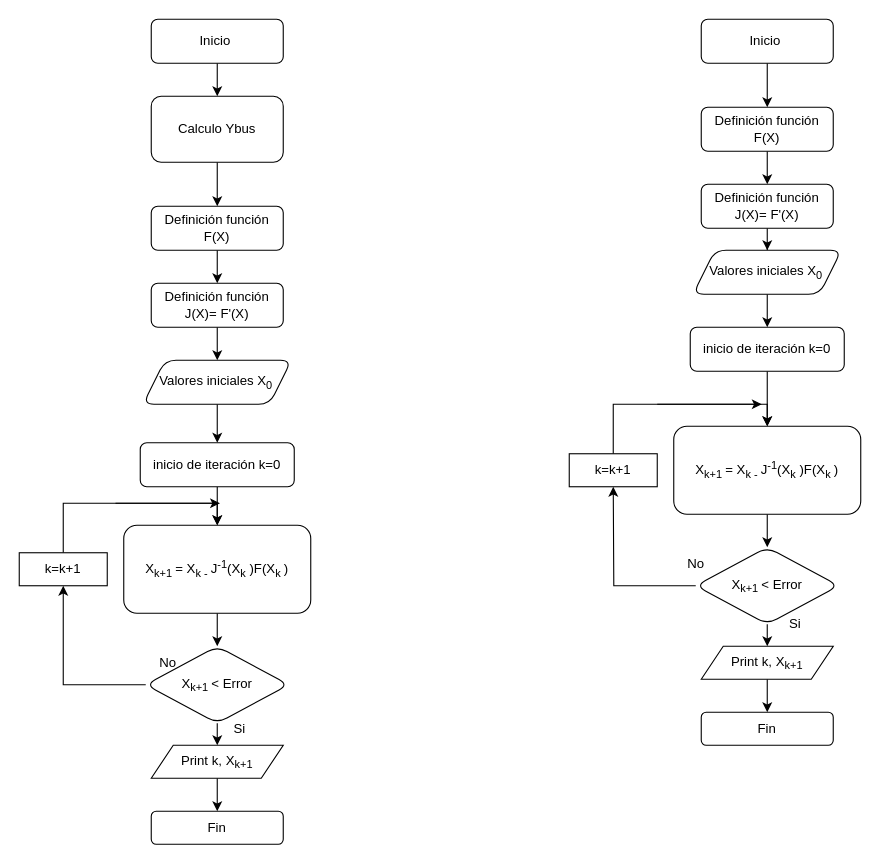
The draw.io diagram Tarea 2/Diagrama de flujo .drawio in ALANRODRIGUEZA/G4A_SEP1-A_S12024, before the edit. Source tidied: cells renumbered, new cells numbered last; positions are measured from the earlier drawing's top-left corner, leaving out a move shared by most shapes. Both pictures are drawn from the tidied source at 110%, with x=0, y=0 at pixel (19, 19).
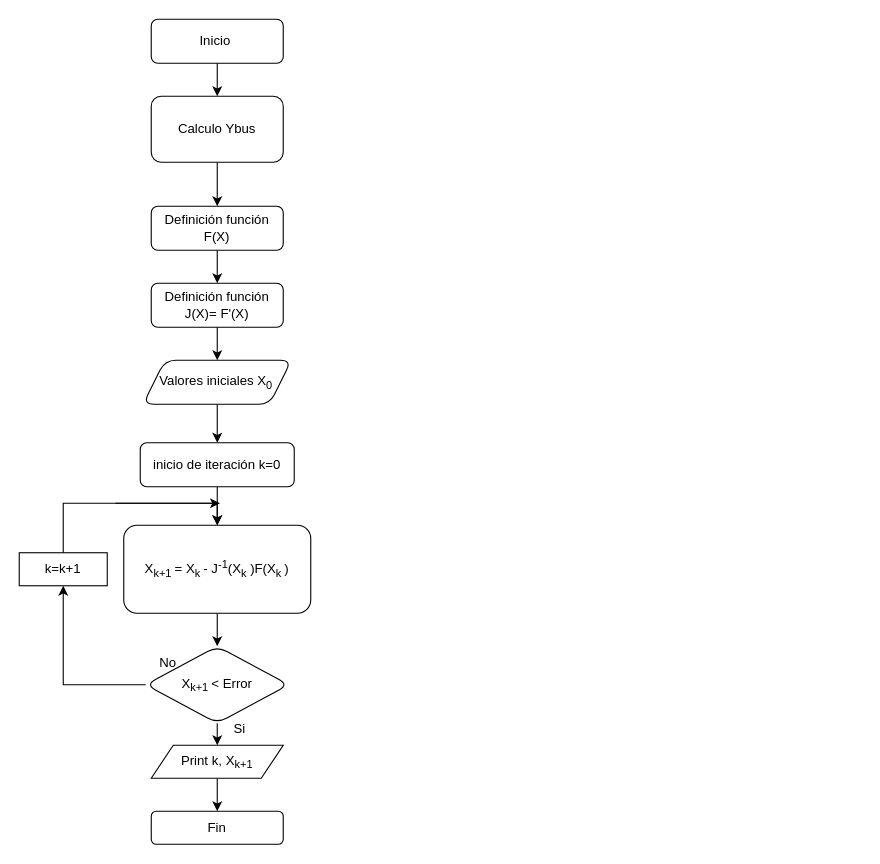
The same page after the edit.

Change to the diagram source:
```diff
@@
-    <mxCell id="6" style="edgeStyle=orthogonalEdgeStyle;rounded=0;jettySize=auto;html=1;" parent="1" edge="1" source="7" target="9">
-      <mxGeometry relative="1" as="geometry" />
-    </mxCell>
-    <mxCell id="7" value="Inicio&amp;nbsp;" style="rounded=1;whiteSpace=wrap;html=1;fontSize=12;glass=0;strokeWidth=1;shadow=0;" parent="1" vertex="1">
-      <mxGeometry x="620" width="120" height="40" as="geometry" />
-    </mxCell>
-    <mxCell id="8" style="edgeStyle=orthogonalEdgeStyle;rounded=0;jettySize=auto;html=1;" parent="1" edge="1" source="9" target="11">
-      <mxGeometry relative="1" as="geometry" />
-    </mxCell>
-    <mxCell id="9" value="Definición función F(X)" style="rounded=1;whiteSpace=wrap;html=1;fontSize=12;glass=0;strokeWidth=1;shadow=0;" parent="1" vertex="1">
-      <mxGeometry x="620" y="80" width="120" height="40" as="geometry" />
-    </mxCell>
-    <mxCell id="10" style="edgeStyle=orthogonalEdgeStyle;rounded=0;jettySize=auto;html=1;" parent="1" edge="1" source="11" target="13">
-      <mxGeometry relative="1" as="geometry" />
-    </mxCell>
-    <mxCell id="11" value="Definición función J(X)= F'(X)" style="whiteSpace=wrap;html=1;rounded=1;glass=0;strokeWidth=1;shadow=0;" parent="1" vertex="1">
-      <mxGeometry x="620" y="150" width="120" height="40" as="geometry" />
-    </mxCell>
-    <mxCell id="12" style="edgeStyle=orthogonalEdgeStyle;rounded=0;jettySize=auto;html=1;" parent="1" edge="1" source="13" target="15">
-      <mxGeometry relative="1" as="geometry" />
-    </mxCell>
-    <mxCell id="13" value="Valores iniciales X&lt;sub&gt;0&amp;nbsp;&lt;/sub&gt;" style="shape=parallelogram;perimeter=parallelogramPerimeter;whiteSpace=wrap;html=1;fixedSize=1;rounded=1;glass=0;strokeWidth=1;shadow=0;align=center;" parent="1" vertex="1">
-      <mxGeometry x="612.5" y="210" width="135" height="40" as="geometry" />
-    </mxCell>
-    <mxCell id="14" style="edgeStyle=orthogonalEdgeStyle;rounded=0;jettySize=auto;html=1;exitX=0.5;exitY=1;exitDx=0;exitDy=0;entryX=0.5;entryY=0;entryDx=0;entryDy=0;" parent="1" edge="1" source="15" target="17">
-      <mxGeometry relative="1" as="geometry" />
-    </mxCell>
-    <mxCell id="15" value="inicio de iteración k=0" style="whiteSpace=wrap;html=1;rounded=1;glass=0;strokeWidth=1;shadow=0;" parent="1" vertex="1">
-      <mxGeometry x="610" y="280" width="140" height="40" as="geometry" />
-    </mxCell>
-    <mxCell id="16" style="edgeStyle=orthogonalEdgeStyle;rounded=0;jettySize=auto;html=1;" parent="1" edge="1" source="17" target="20">
-      <mxGeometry relative="1" as="geometry" />
-    </mxCell>
-    <mxCell id="17" value="&lt;span style=&quot;font-size: 12px;&quot;&gt;X&lt;/span&gt;&lt;sub&gt;k+1&amp;nbsp;&lt;/sub&gt;= X&lt;sub&gt;k - &lt;/sub&gt;J&lt;sup&gt;-1&lt;/sup&gt;(X&lt;sub&gt;k&lt;/sub&gt;&amp;nbsp;)F(X&lt;sub&gt;k&amp;nbsp;&lt;/sub&gt;)" style="whiteSpace=wrap;html=1;rounded=1;glass=0;strokeWidth=1;shadow=0;" parent="1" vertex="1">
-      <mxGeometry x="595" y="370" width="170" height="80" as="geometry" />
-    </mxCell>
-    <mxCell id="18" style="edgeStyle=orthogonalEdgeStyle;rounded=0;jettySize=auto;html=1;exitX=0;exitY=0.5;exitDx=0;exitDy=0;entryX=0.5;entryY=1;entryDx=0;entryDy=0;" parent="1" edge="1" source="20">
-      <mxGeometry relative="1" as="geometry">
-        <mxPoint x="540" y="425" as="targetPoint" />
-      </mxGeometry>
-    </mxCell>
-    <mxCell id="19" style="edgeStyle=orthogonalEdgeStyle;rounded=0;jettySize=auto;html=1;exitX=0.5;exitY=1;exitDx=0;exitDy=0;entryX=0.5;entryY=0;entryDx=0;entryDy=0;" parent="1" edge="1" source="20" target="26">
-      <mxGeometry relative="1" as="geometry" />
-    </mxCell>
-    <mxCell id="20" value="X&lt;sub&gt;k+1 &lt;/sub&gt;&amp;lt; Error" style="rhombus;whiteSpace=wrap;html=1;rounded=1;glass=0;strokeWidth=1;shadow=0;" parent="1" vertex="1">
-      <mxGeometry x="615" y="480" width="130" height="70" as="geometry" />
-    </mxCell>
-    <mxCell id="21" style="edgeStyle=orthogonalEdgeStyle;rounded=0;jettySize=auto;html=1;exitX=0.5;exitY=0;exitDx=0;exitDy=0;entryX=0.5;entryY=0;entryDx=0;entryDy=0;" parent="1" edge="1" target="17">
-      <mxGeometry relative="1" as="geometry">
-        <mxPoint x="540" y="395" as="sourcePoint" />
-        <Array as="points">
-          <mxPoint x="540" y="350" />
-          <mxPoint x="680" y="350" />
-        </Array>
-      </mxGeometry>
-    </mxCell>
-    <mxCell id="22" value="k=k+1" style="whiteSpace=wrap;html=1;" parent="1" vertex="1">
-      <mxGeometry x="500" y="395" width="80" height="30" as="geometry" />
-    </mxCell>
-    <mxCell id="23" style="endArrow=classic;html=1;rounded=0;" parent="1" edge="1">
-      <mxGeometry relative="1" as="geometry">
-        <mxPoint x="580" y="350" as="sourcePoint" />
-        <mxPoint x="675" y="350" as="targetPoint" />
-      </mxGeometry>
-    </mxCell>
-    <mxCell id="24" value="No" style="text;html=1;align=center;verticalAlign=middle;strokeColor=none;fillColor=none;" parent="1" vertex="1">
-      <mxGeometry x="595" y="480" width="40" height="30" as="geometry" />
-    </mxCell>
-    <mxCell id="25" style="edgeStyle=orthogonalEdgeStyle;rounded=0;jettySize=auto;html=1;exitX=0.5;exitY=1;exitDx=0;exitDy=0;entryX=0.5;entryY=0;entryDx=0;entryDy=0;" parent="1" edge="1" source="26" target="27">
-      <mxGeometry relative="1" as="geometry" />
-    </mxCell>
-    <mxCell id="26" value="Print k, &lt;span style=&quot;text-wrap: nowrap;&quot;&gt;X&lt;sub&gt;k+1&lt;/sub&gt;&lt;/span&gt;" style="shape=parallelogram;perimeter=parallelogramPerimeter;whiteSpace=wrap;html=1;fixedSize=1;" parent="1" vertex="1">
-      <mxGeometry x="620" y="570" width="120" height="30" as="geometry" />
-    </mxCell>
-    <mxCell id="27" value="Fin" style="rounded=1;whiteSpace=wrap;html=1;" parent="1" vertex="1">
-      <mxGeometry x="620" y="630" width="120" height="30" as="geometry" />
-    </mxCell>
-    <mxCell id="28" value="Si" style="text;html=1;align=center;verticalAlign=middle;strokeColor=none;fillColor=none;" parent="1" vertex="1">
-      <mxGeometry x="690" y="535" width="30" height="30" as="geometry" />
-    </mxCell>
@@
-    <mxCell id="38" value="&lt;span style=&quot;font-size: 12px;&quot;&gt;X&lt;/span&gt;&lt;sub&gt;k+1&amp;nbsp;&lt;/sub&gt;= X&lt;sub&gt;k - &lt;/sub&gt;J&lt;sup&gt;-1&lt;/sup&gt;(X&lt;sub&gt;k&lt;/sub&gt;&amp;nbsp;)F(X&lt;sub&gt;k&amp;nbsp;&lt;/sub&gt;)" style="whiteSpace=wrap;html=1;rounded=1;glass=0;strokeWidth=1;shadow=0;" parent="1" vertex="1">
+    <mxCell id="38" value="&lt;span style=&quot;font-size: 12px;&quot;&gt;X&lt;/span&gt;&lt;sub&gt;k+1&amp;nbsp;&lt;/sub&gt;= X&lt;sub&gt;k &lt;/sub&gt;- J&lt;sup&gt;-1&lt;/sup&gt;(X&lt;sub&gt;k&lt;/sub&gt;&amp;nbsp;)F(X&lt;sub&gt;k&amp;nbsp;&lt;/sub&gt;)" style="whiteSpace=wrap;html=1;rounded=1;glass=0;strokeWidth=1;shadow=0;" parent="1" vertex="1">
       <mxGeometry x="95" y="460" width="170" height="80" as="geometry" />
     </mxCell>
```
